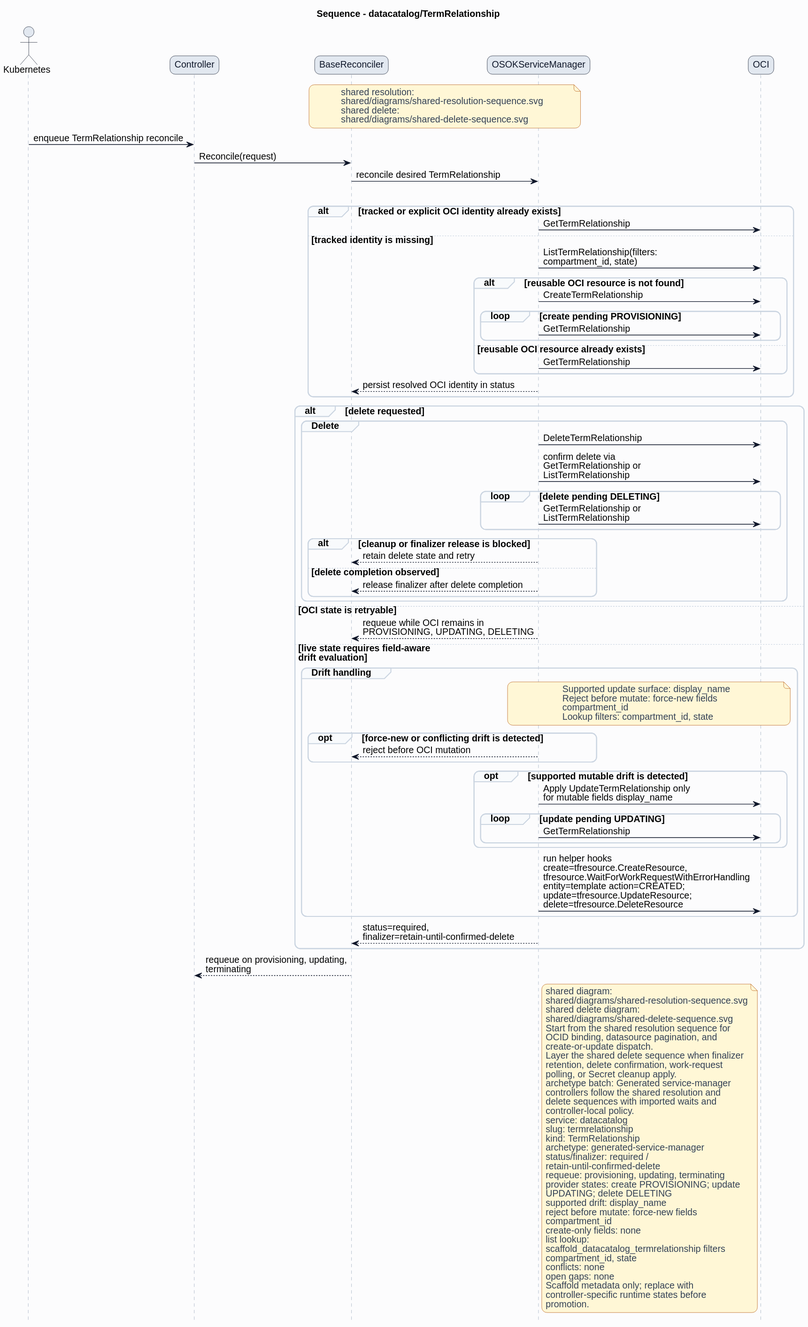
Above: formal/controllers/datacatalog/termrelationship/diagrams/sequence.svg in HaoyL666/oci-service-operator (PlantUML), before the change. The source it was exported from:
```plantuml
@startuml
skinparam shadowing false
skinparam backgroundColor #fcfcfd
skinparam defaultFontName Helvetica
skinparam defaultFontSize 14
skinparam arrowColor #0f172a
skinparam noteBackgroundColor #fff7d6
skinparam noteBorderColor #b45309
skinparam noteFontColor #334155
skinparam roundcorner 16
title Sequence - datacatalog/TermRelationship
hide footbox
skinparam sequence {
  actorBorderColor #0f172a
  actorBackgroundColor #e2e8f0
  participantBorderColor #0f172a
  participantBackgroundColor #e2e8f0
  participantFontColor #0f172a
  lifeLineBorderColor #94a3b8
  groupBorderColor #cbd5e1
  groupBackgroundColor #f8fafc
}
actor Kubernetes
participant Controller
participant BaseReconciler
participant "OSOKServiceManager" as ServiceManager
participant OCI
note over BaseReconciler,ServiceManager
shared resolution:
shared/diagrams/shared-resolution-sequence.svg
shared delete:
shared/diagrams/shared-delete-sequence.svg
end note
Kubernetes -> Controller: enqueue TermRelationship reconcile
Controller -> BaseReconciler: Reconcile(request)
BaseReconciler -> ServiceManager: reconcile desired TermRelationship
group Lookup and bind
alt tracked or explicit OCI identity already exists
ServiceManager -> OCI: GetTermRelationship
else tracked identity is missing
ServiceManager -> OCI: ListTermRelationship(filters:\ncompartment_id, state)
alt reusable OCI resource is not found
ServiceManager -> OCI: CreateTermRelationship
loop create pending PROVISIONING
ServiceManager -> OCI: GetTermRelationship
end
else reusable OCI resource already exists
ServiceManager -> OCI: GetTermRelationship
end
ServiceManager --> BaseReconciler: persist resolved OCI identity in status
end
alt delete requested
group Delete
ServiceManager -> OCI: DeleteTermRelationship
ServiceManager -> OCI: confirm delete via\nGetTermRelationship or\nListTermRelationship
loop delete pending DELETING
ServiceManager -> OCI: GetTermRelationship or\nListTermRelationship
end
alt cleanup or finalizer release is blocked
ServiceManager --> BaseReconciler: retain delete state and retry
else delete completion observed
ServiceManager --> BaseReconciler: release finalizer after delete completion
end
end
else OCI state is retryable
ServiceManager --> BaseReconciler: requeue while OCI remains in\nPROVISIONING, UPDATING, DELETING
else live state requires field-aware\ndrift evaluation
group Drift handling
note over ServiceManager,OCI
Supported update surface: display_name
Reject before mutate: force-new fields
compartment_id
Lookup filters: compartment_id, state
end note
opt force-new or conflicting drift is detected
ServiceManager --> BaseReconciler: reject before OCI mutation
end
opt supported mutable drift is detected
ServiceManager -> OCI: Apply UpdateTermRelationship only\nfor mutable fields display_name
loop update pending UPDATING
ServiceManager -> OCI: GetTermRelationship
end
end
ServiceManager -> OCI: run helper hooks\ncreate=tfresource.CreateResource,\ntfresource.WaitForWorkRequestWithErrorHandling\nentity=template action=CREATED;\nupdate=tfresource.UpdateResource;\ndelete=tfresource.DeleteResource
end
ServiceManager --> BaseReconciler: status=required,\nfinalizer=retain-until-confirmed-delete
end
BaseReconciler --> Controller: requeue on provisioning, updating,\nterminating
note right of ServiceManager
shared diagram:
shared/diagrams/shared-resolution-sequence.svg
shared delete diagram:
shared/diagrams/shared-delete-sequence.svg
Start from the shared resolution sequence for
OCID binding, datasource pagination, and
create-or-update dispatch.
Layer the shared delete sequence when finalizer
retention, delete confirmation, work-request
polling, or Secret cleanup apply.
archetype batch: Generated service-manager
controllers follow the shared resolution and
delete sequences with imported waits and
controller-local policy.
service: datacatalog
slug: termrelationship
kind: TermRelationship
archetype: generated-service-manager
status/finalizer: required /
retain-until-confirmed-delete
requeue: provisioning, updating, terminating
provider states: create PROVISIONING; update
UPDATING; delete DELETING
supported drift: display_name
reject before mutate: force-new fields
compartment_id
create-only fields: none
list lookup:
scaffold_datacatalog_termrelationship filters
compartment_id, state
conflicts: none
open gaps: none
Scaffold metadata only; replace with
controller-specific runtime states before
promotion.
end note
@enduml
```
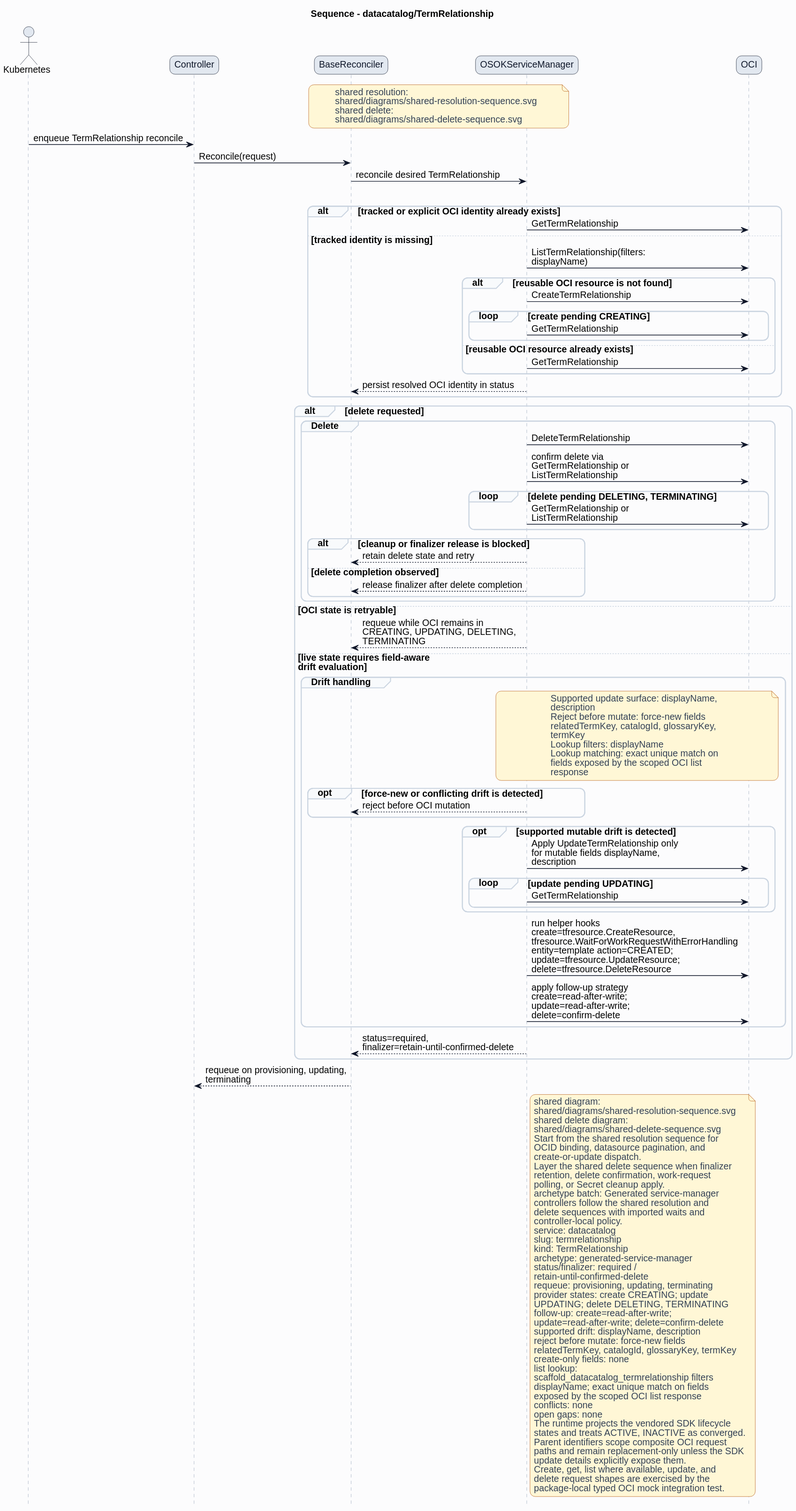
The same diagram one commit later.

Diff of the diagram source:
```diff
@@ -38,10 +38,10 @@
 alt tracked or explicit OCI identity already exists
 ServiceManager -> OCI: GetTermRelationship
 else tracked identity is missing
-ServiceManager -> OCI: ListTermRelationship(filters:\ncompartment_id, state)
+ServiceManager -> OCI: ListTermRelationship(filters:\ndisplayName)
 alt reusable OCI resource is not found
 ServiceManager -> OCI: CreateTermRelationship
-loop create pending PROVISIONING
+loop create pending CREATING
 ServiceManager -> OCI: GetTermRelationship
 end
 else reusable OCI resource already exists
@@ -53,7 +53,7 @@
 group Delete
 ServiceManager -> OCI: DeleteTermRelationship
 ServiceManager -> OCI: confirm delete via\nGetTermRelationship or\nListTermRelationship
-loop delete pending DELETING
+loop delete pending DELETING, TERMINATING
 ServiceManager -> OCI: GetTermRelationship or\nListTermRelationship
 end
 alt cleanup or finalizer release is blocked
@@ -63,25 +63,31 @@
 end
 end
 else OCI state is retryable
-ServiceManager --> BaseReconciler: requeue while OCI remains in\nPROVISIONING, UPDATING, DELETING
+ServiceManager --> BaseReconciler: requeue while OCI remains in\nCREATING, UPDATING, DELETING,\nTERMINATING
 else live state requires field-aware\ndrift evaluation
 group Drift handling
 note over ServiceManager,OCI
-Supported update surface: display_name
+Supported update surface: displayName,
+description
 Reject before mutate: force-new fields
-compartment_id
-Lookup filters: compartment_id, state
+relatedTermKey, catalogId, glossaryKey,
+termKey
+Lookup filters: displayName
+Lookup matching: exact unique match on
+fields exposed by the scoped OCI list
+response
 end note
 opt force-new or conflicting drift is detected
 ServiceManager --> BaseReconciler: reject before OCI mutation
 end
 opt supported mutable drift is detected
-ServiceManager -> OCI: Apply UpdateTermRelationship only\nfor mutable fields display_name
+ServiceManager -> OCI: Apply UpdateTermRelationship only\nfor mutable fields displayName,\ndescription
 loop update pending UPDATING
 ServiceManager -> OCI: GetTermRelationship
 end
 end
 ServiceManager -> OCI: run helper hooks\ncreate=tfresource.CreateResource,\ntfresource.WaitForWorkRequestWithErrorHandling\nentity=template action=CREATED;\nupdate=tfresource.UpdateResource;\ndelete=tfresource.DeleteResource
+ServiceManager -> OCI: apply follow-up strategy\ncreate=read-after-write;\nupdate=read-after-write;\ndelete=confirm-delete
 end
 ServiceManager --> BaseReconciler: status=required,\nfinalizer=retain-until-confirmed-delete
 end
@@ -108,19 +114,27 @@
 status/finalizer: required /
 retain-until-confirmed-delete
 requeue: provisioning, updating, terminating
-provider states: create PROVISIONING; update
-UPDATING; delete DELETING
-supported drift: display_name
+provider states: create CREATING; update
+UPDATING; delete DELETING, TERMINATING
+follow-up: create=read-after-write;
+update=read-after-write; delete=confirm-delete
+supported drift: displayName, description
 reject before mutate: force-new fields
-compartment_id
+relatedTermKey, catalogId, glossaryKey, termKey
 create-only fields: none
 list lookup:
 scaffold_datacatalog_termrelationship filters
-compartment_id, state
+displayName; exact unique match on fields
+exposed by the scoped OCI list response
 conflicts: none
 open gaps: none
-Scaffold metadata only; replace with
-controller-specific runtime states before
-promotion.
+The runtime projects the vendored SDK lifecycle
+states and treats ACTIVE, INACTIVE as converged.
+Parent identifiers scope composite OCI request
+paths and remain replacement-only unless the SDK
+update details explicitly expose them.
+Create, get, list where available, update, and
+delete request shapes are exercised by the
+package-local typed OCI mock integration test.
 end note
 @enduml
```
